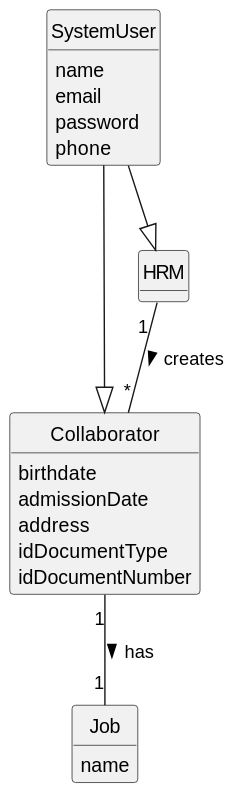
Above: docs/sprintA/us003/02.analysis/svg/us003-domain-model.svg in Departamento-de-Engenharia-Informatica/lei-24-s2-1do-g164 (PlantUML), before the change.
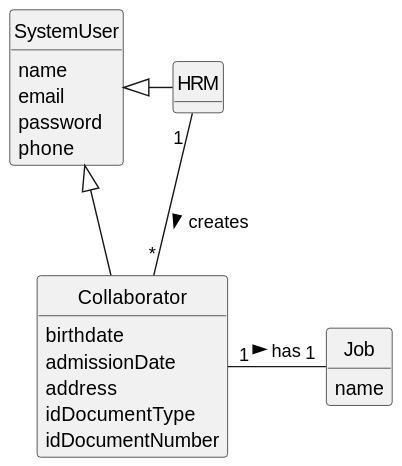
Above is the later version.

Commit message:
Update of all images and changes on SSD from US06. Domain Models finished

Change to the diagram source:
```diff
@@ -37,8 +37,11 @@
     name
 }
 
-SystemUser --|> Collaborator
-SystemUser --|> HRM
+SystemUser <|- Collaborator
+
+SystemUser <|- HRM
+
 HRM "1 " -- "*" Collaborator : creates >
-Collaborator "1" -- "1" Job : has >
+
+Collaborator "1" - "1" Job : has >
 @enduml
```
